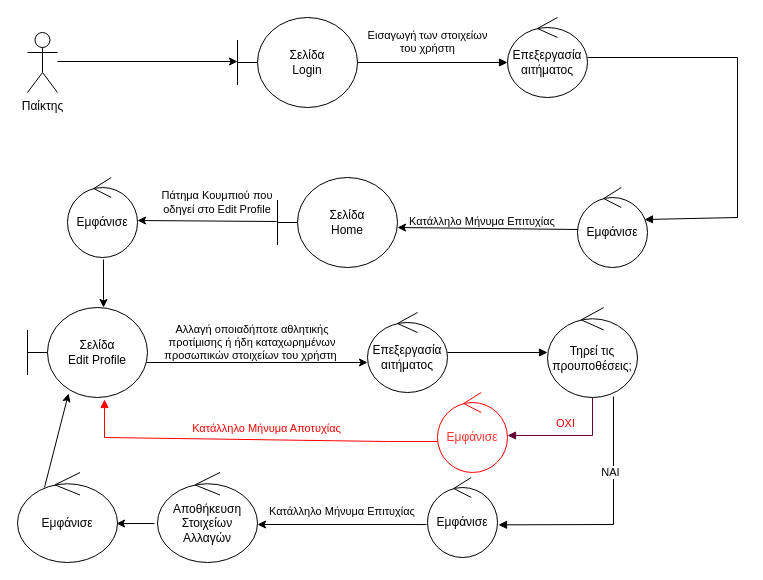
Before: spetz/paradoteo4/Edit Profile.drawio in Pspetz/Organthlon, a draw.io diagram. Source tidied: cells renumbered, new cells numbered last; positions are measured from the earlier drawing's top-left corner, leaving out a move shared by most shapes. Both pictures are drawn from the tidied source at 100%, with x=0, y=0 at pixel (17, 17).
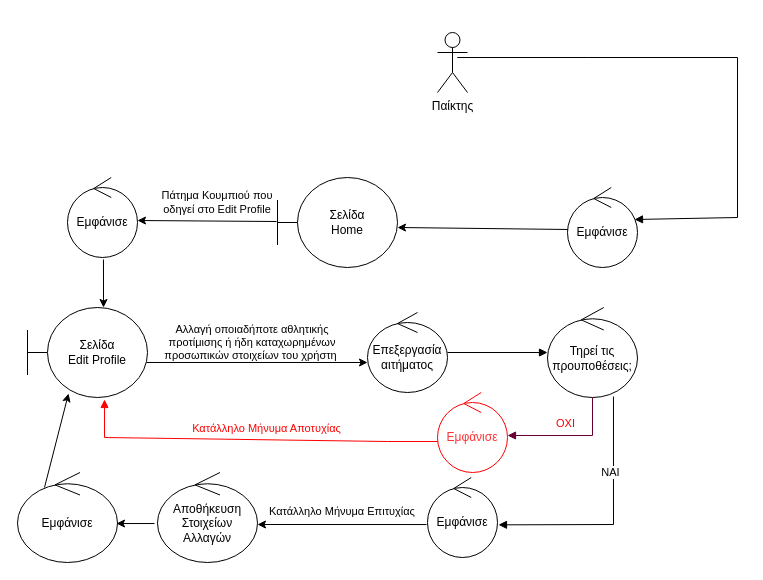
The same page after the edit.

Diff of the diagram source:
```diff
@@
-    <mxCell id="2" style="endArrow=classic;html=1;rounded=0;" parent="1" edge="1">
-      <mxGeometry relative="1" as="geometry">
-        <mxPoint x="40" y="44" as="sourcePoint" />
-        <mxPoint x="220" y="44" as="targetPoint" />
-      </mxGeometry>
-    </mxCell>
     <mxCell id="3" value="Παίκτης" style="shape=umlActor;verticalLabelPosition=bottom;verticalAlign=top;html=1;" parent="1" vertex="1">
-      <mxGeometry x="10" y="15" width="30" height="60" as="geometry" />
+      <mxGeometry x="420" y="15" width="30" height="60" as="geometry" />
     </mxCell>
-    <mxCell id="4" value="Σελίδα&lt;br&gt;Login" style="shape=umlBoundary;whiteSpace=wrap;html=1;" parent="1" vertex="1">
-      <mxGeometry x="220" width="120" height="90" as="geometry" />
-    </mxCell>
-    <mxCell id="5" value="Εισαγωγή των στοιχείων &lt;br&gt;του χρήστη" style="html=1;verticalAlign=bottom;endArrow=block;rounded=0;" parent="1" edge="1" source="4">
-      <mxGeometry x="-0.07" y="5" relative="1" as="geometry">
-        <mxPoint x="490" y="45" as="targetPoint" />
-      </mxGeometry>
-    </mxCell>
-    <mxCell id="6" value="Επεξεργασία αιτήματος&lt;br&gt;" style="ellipse;shape=umlControl;whiteSpace=wrap;html=1;" parent="1" vertex="1">
-      <mxGeometry x="490" width="80" height="80" as="geometry" />
-    </mxCell>
@@
-    <mxCell id="8" value="&lt;font style=&quot;font-size: 11px&quot;&gt;Κατάλληλο Μήνυμα Επιτυχίας&lt;/font&gt;" style="text;whiteSpace=wrap;html=1;fontSize=12;fontFamily=Helvetica;fontColor=default;" parent="1" vertex="1">
-      <mxGeometry x="390" y="190" width="170" height="20" as="geometry" />
-    </mxCell>
-    <mxCell id="9" style="edgeStyle=orthogonalEdgeStyle;rounded=0;orthogonalLoop=1;jettySize=auto;html=1;exitX=0.5;exitY=1;exitDx=0;exitDy=0;" parent="1" edge="1" source="8" target="8">
-      <mxGeometry relative="1" as="geometry" />
+    <mxCell id="9" style="edgeStyle=orthogonalEdgeStyle;rounded=0;orthogonalLoop=1;jettySize=auto;html=1;exitX=0.5;exitY=1;exitDx=0;exitDy=0;" parent="1" edge="1">
+      <mxGeometry relative="1" as="geometry">
+        <mxPoint x="515" y="210" as="sourcePoint" />
+        <mxPoint x="515" y="210" as="targetPoint" />
+      </mxGeometry>
     </mxCell>
     <mxCell id="10" style="html=1;verticalAlign=bottom;endArrow=block;rounded=0;entryX=0.957;entryY=0.4;entryDx=0;entryDy=0;entryPerimeter=0;" parent="1" edge="1" target="11">
       <mxGeometry x="-0.14" y="-19" relative="1" as="geometry">
         <mxPoint x="570" y="40" as="sourcePoint" />
         <Array as="points">
+          <mxPoint x="440" y="40" />
           <mxPoint x="570" y="40" />
           <mxPoint x="720" y="40" />
           <mxPoint x="720" y="200" />
         </Array>
       </mxGeometry>
     </mxCell>
     <mxCell id="11" value="Εμφάνισε" style="ellipse;shape=umlControl;whiteSpace=wrap;html=1;fontColor=#000000;strokeColor=#000000;" parent="1" vertex="1">
-      <mxGeometry x="560" y="170" width="70" height="80" as="geometry" />
+      <mxGeometry x="550" y="170" width="70" height="80" as="geometry" />
     </mxCell>
```
